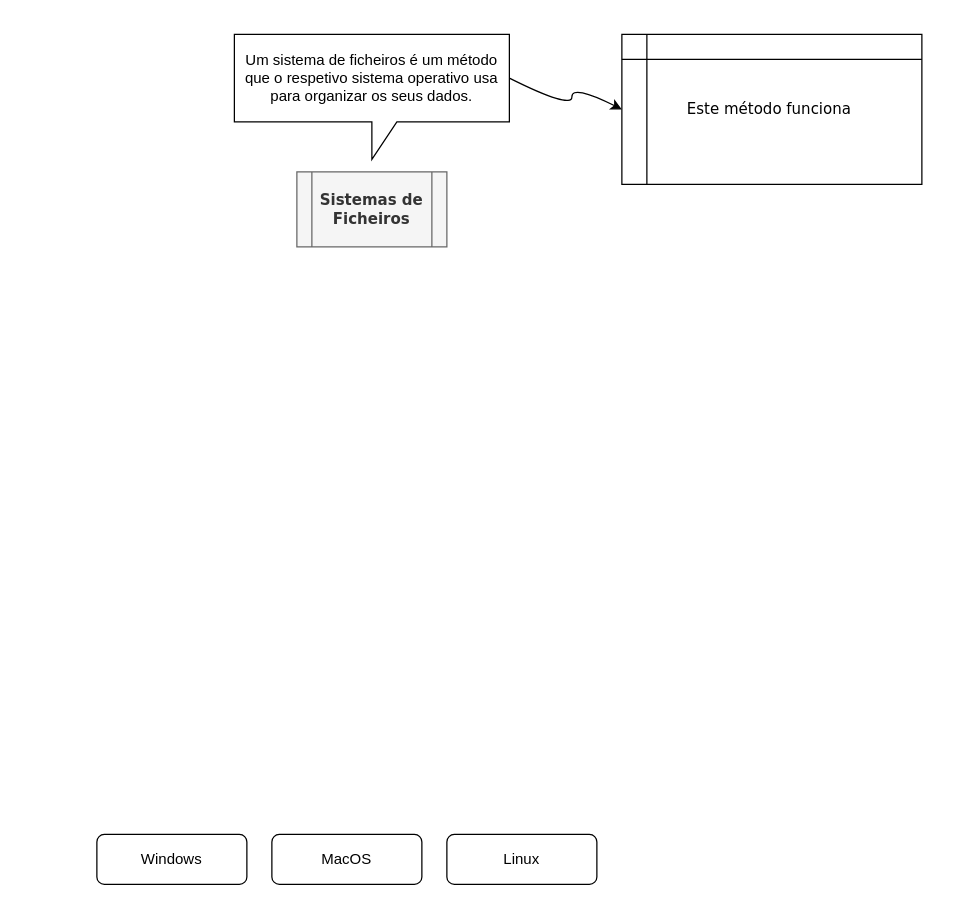
Above: Sistemas de Ficheiros.drawio in Louraes202/SistemasDeFicheiros (draw.io), before the change. Source tidied: cells renumbered, new cells numbered last; positions are measured from the earlier drawing's top-left corner, leaving out a move shared by most shapes. Both pictures are drawn from the tidied source at 125%, with x=0, y=0 at pixel (96, 34).
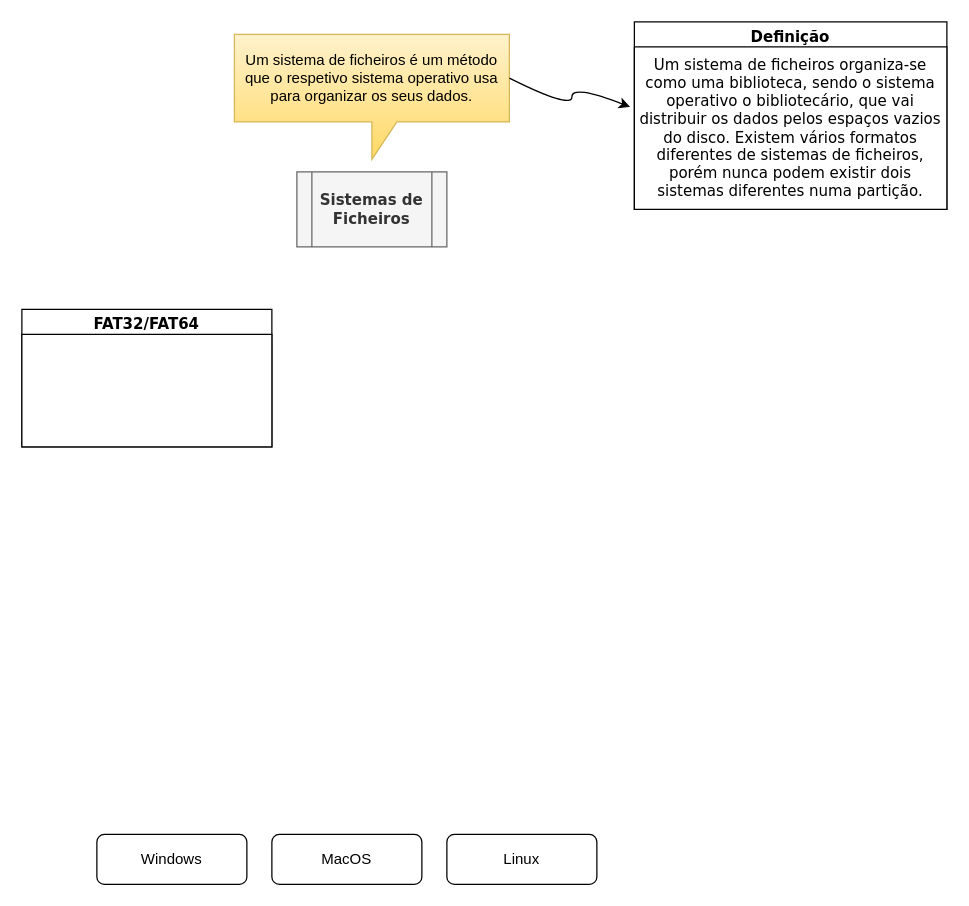
After the change.

Commit message:
Replaced flowchart

What changed in the source:
```diff
@@
 <mxGraphModel>
   <root>
     <mxCell id="0" />
     <mxCell id="1" parent="0" />
     <mxCell id="2" value="Windows" style="rounded=1;whiteSpace=wrap;html=1;fontSize=12;glass=0;strokeWidth=1;shadow=0;" parent="1" vertex="1">
       <mxGeometry y="640" width="120" height="40" as="geometry" />
     </mxCell>
     <mxCell id="3" value="MacOS" style="rounded=1;whiteSpace=wrap;html=1;fontSize=12;glass=0;strokeWidth=1;shadow=0;" parent="1" vertex="1">
       <mxGeometry x="140" y="640" width="120" height="40" as="geometry" />
     </mxCell>
     <mxCell id="4" value="Linux" style="rounded=1;whiteSpace=wrap;html=1;fontSize=12;glass=0;strokeWidth=1;shadow=0;" parent="1" vertex="1">
       <mxGeometry x="280" y="640" width="120" height="40" as="geometry" />
     </mxCell>
     <mxCell id="5" value="&lt;b&gt;Sistemas de Ficheiros&lt;/b&gt;" style="shape=process;whiteSpace=wrap;html=1;backgroundOutline=1;fillColor=#f5f5f5;strokeColor=#666666;fontColor=#333333;fontFamily=Verdana;" parent="1" vertex="1">
       <mxGeometry x="160" y="110" width="120" height="60" as="geometry" />
     </mxCell>
-    <mxCell id="6" value="&lt;span&gt;Um sistema de ficheiros é um método que o respetivo sistema operativo usa para organizar os seus dados.&lt;/span&gt;" style="shape=callout;whiteSpace=wrap;html=1;perimeter=calloutPerimeter;" parent="1" vertex="1">
+    <mxCell id="6" value="&lt;span&gt;Um sistema de ficheiros é um método que o respetivo sistema operativo usa para organizar os seus dados.&lt;/span&gt;" style="shape=callout;whiteSpace=wrap;html=1;perimeter=calloutPerimeter;fillColor=#fff2cc;strokeColor=#d6b656;gradientColor=#ffd966;" parent="1" vertex="1">
       <mxGeometry x="110" width="220" height="100" as="geometry" />
     </mxCell>
-    <mxCell id="7" style="curved=1;endArrow=classic;html=1;rounded=0;fontFamily=Verdana;exitX=0;exitY=0;exitDx=220;exitDy=35;exitPerimeter=0;entryX=0;entryY=0.5;entryDx=0;entryDy=0;" parent="1" edge="1" source="6" target="8">
+    <mxCell id="7" style="curved=1;endArrow=classic;html=1;rounded=0;fontFamily=Verdana;exitX=0;exitY=0;exitDx=220;exitDy=35;exitPerimeter=0;entryX=-0.017;entryY=0.437;entryDx=0;entryDy=0;entryPerimeter=0;" parent="1" edge="1" source="6">
       <mxGeometry relative="1" as="geometry">
+        <mxPoint x="426.6" y="58.1" as="targetPoint" />
         <Array as="points">
           <mxPoint x="380" y="60" />
           <mxPoint x="380" y="40" />
         </Array>
       </mxGeometry>
     </mxCell>
-    <mxCell id="8" value="Este método funciona&amp;nbsp;" style="shape=internalStorage;whiteSpace=wrap;html=1;backgroundOutline=1;fontFamily=Verdana;" parent="1" vertex="1">
-      <mxGeometry x="420" width="240" height="120" as="geometry" />
-    </mxCell>
+    <mxCell id="9" value="Definição" style="swimlane;fontFamily=Verdana;" parent="1" vertex="1">
+      <mxGeometry x="430" y="-10" width="250" height="150" as="geometry" />
+    </mxCell>
+    <mxCell id="10" value="Um sistema de ficheiros organiza-se como uma biblioteca, sendo o sistema operativo o bibliotecário, que vai distribuir os dados pelos espaços vazios do disco. Existem vários formatos diferentes de sistemas de ficheiros, porém nunca podem existir dois sistemas diferentes numa partição." style="whiteSpace=wrap;html=1;fontFamily=Verdana;" parent="1" vertex="1">
+      <mxGeometry x="430" y="10" width="250" height="130" as="geometry" />
+    </mxCell>
+    <mxCell id="11" value="FAT32/FAT64" style="swimlane;fontFamily=Verdana;" parent="1" vertex="1">
+      <mxGeometry x="-60" y="220" width="200" height="110" as="geometry" />
+    </mxCell>
+    <mxCell id="12" style="whiteSpace=wrap;html=1;fontFamily=Verdana;" parent="11" vertex="1">
+      <mxGeometry y="20" width="200" height="90" as="geometry" />
+    </mxCell>
   </root>
 </mxGraphModel>
```
